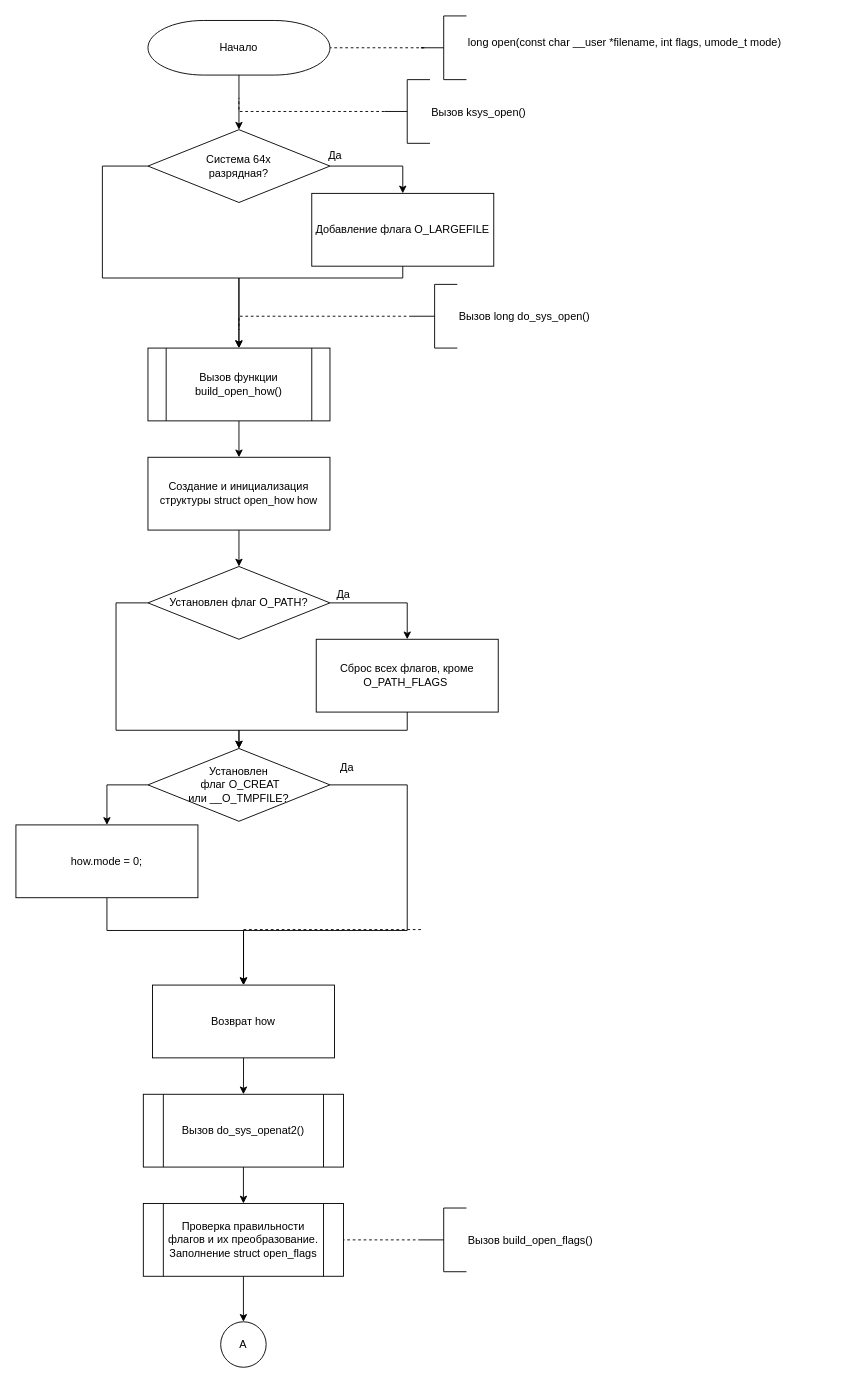
This is page "open1" (1 of 7) of lab_06/tex/img/clean.drawio from alena-zayts/BMSTU_6sem_operating_systems, a draw.io file, before an edit. Source tidied: cells renumbered, new cells numbered last; positions are measured from the earlier drawing's top-left corner, leaving out a move shared by most shapes. Both pictures are drawn from the tidied source at 91%, with x=0, y=0 at pixel (15, 15).
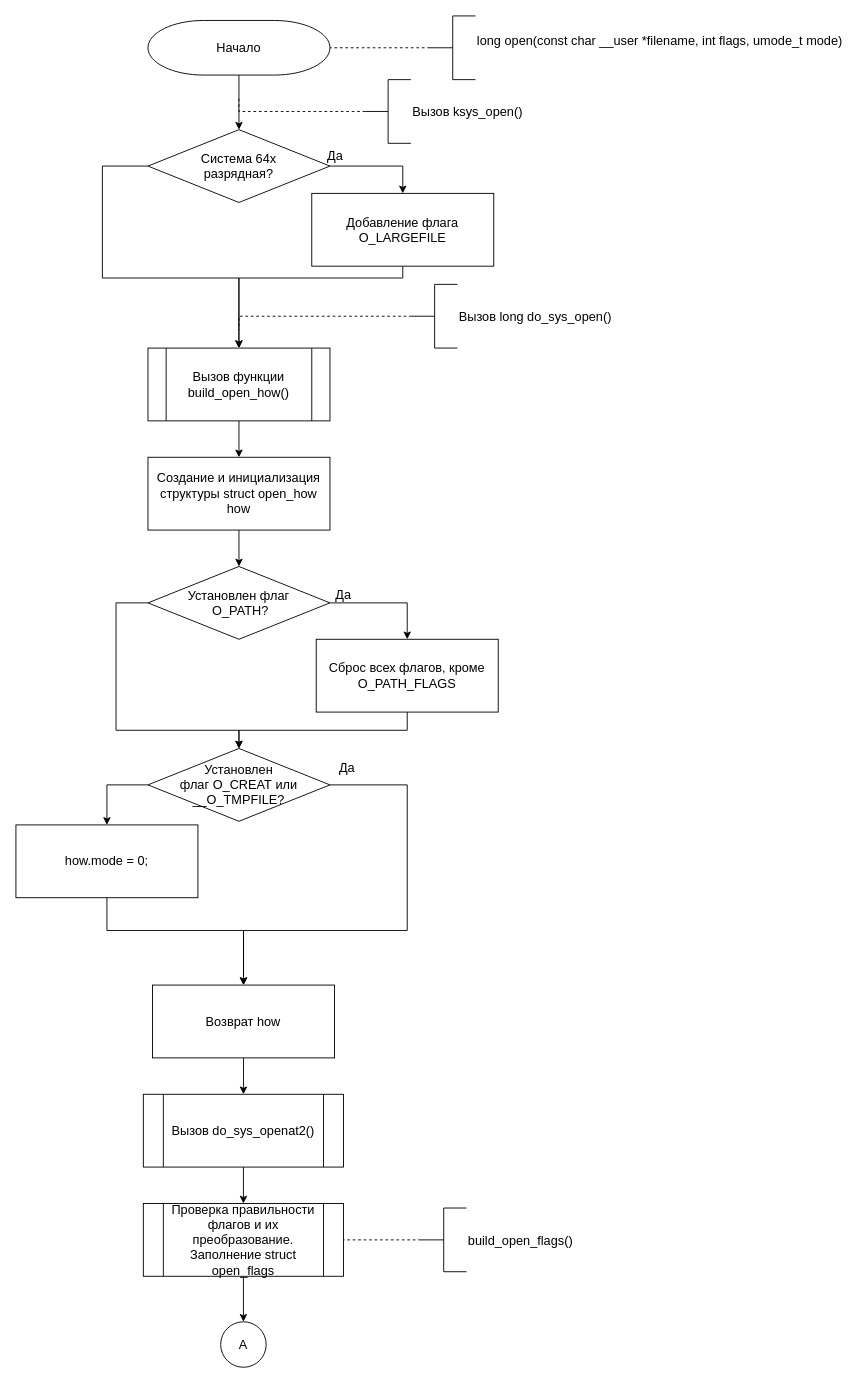
Above is the later version.

The edit, as a diff of the source:
```diff
@@
-    <mxCell id="2" style="edgeStyle=orthogonalEdgeStyle;rounded=0;jettySize=auto;fontFamily=Helvetica;fontSize=12;fontStyle=0;" parent="1" edge="1" source="3" target="6">
+    <mxCell id="2" style="edgeStyle=orthogonalEdgeStyle;rounded=0;jettySize=auto;fontFamily=Helvetica;fontSize=14;fontStyle=0;" parent="1" edge="1" source="3" target="6">
       <mxGeometry relative="1" as="geometry" />
     </mxCell>
-    <mxCell id="3" value="Начало" style="strokeWidth=1;shape=mxgraph.flowchart.terminator;whiteSpace=wrap;fontFamily=Helvetica;fontSize=12;fontStyle=0;" parent="1" vertex="1">
+    <mxCell id="3" value="Начало" style="strokeWidth=1;shape=mxgraph.flowchart.terminator;whiteSpace=wrap;fontFamily=Helvetica;fontSize=14;fontStyle=0;" parent="1" vertex="1">
       <mxGeometry x="145.1" y="5" width="200" height="60" as="geometry" />
     </mxCell>
-    <mxCell id="4" value="Да" style="edgeStyle=orthogonalEdgeStyle;rounded=0;jettySize=auto;exitX=1;exitY=0.5;exitDx=0;exitDy=0;entryX=0.5;entryY=0;entryDx=0;entryDy=0;fontFamily=Helvetica;fontSize=12;fontStyle=0;" parent="1" edge="1" source="6" target="8">
+    <mxCell id="4" value="Да" style="edgeStyle=orthogonalEdgeStyle;rounded=0;jettySize=auto;exitX=1;exitY=0.5;exitDx=0;exitDy=0;entryX=0.5;entryY=0;entryDx=0;entryDy=0;fontFamily=Helvetica;fontSize=14;fontStyle=0;" parent="1" edge="1" source="6" target="8">
       <mxGeometry x="-0.9" y="12" relative="1" as="geometry">
         <mxPoint x="1" as="offset" />
       </mxGeometry>
     </mxCell>
-    <mxCell id="5" style="edgeStyle=orthogonalEdgeStyle;rounded=0;jettySize=auto;exitX=0;exitY=0.5;exitDx=0;exitDy=0;fontFamily=Helvetica;fontSize=12;fontStyle=0;" parent="1" edge="1" source="6" target="12">
+    <mxCell id="5" style="edgeStyle=orthogonalEdgeStyle;rounded=0;jettySize=auto;exitX=0;exitY=0.5;exitDx=0;exitDy=0;fontFamily=Helvetica;fontSize=14;fontStyle=0;" parent="1" edge="1" source="6" target="12">
       <mxGeometry relative="1" as="geometry">
         <Array as="points">
           <mxPoint x="95" y="165" />
           <mxPoint x="95" y="288" />
           <mxPoint x="245" y="288" />
         </Array>
       </mxGeometry>
     </mxCell>
-    <mxCell id="6" value="Система 64x&#10;разрядная?" style="rhombus;whiteSpace=wrap;strokeWidth=1;fontFamily=Helvetica;fontSize=12;fontStyle=0;" parent="1" vertex="1">
+    <mxCell id="6" value="Система 64x&#10;разрядная?" style="rhombus;whiteSpace=wrap;strokeWidth=1;fontFamily=Helvetica;fontSize=14;fontStyle=0;" parent="1" vertex="1">
       <mxGeometry x="145.1" y="125" width="200" height="80" as="geometry" />
     </mxCell>
-    <mxCell id="7" style="edgeStyle=orthogonalEdgeStyle;rounded=0;jettySize=auto;exitX=0.5;exitY=1;exitDx=0;exitDy=0;entryX=0.5;entryY=0;entryDx=0;entryDy=0;fontFamily=Helvetica;fontSize=12;fontStyle=0;" parent="1" edge="1" source="8" target="12">
+    <mxCell id="7" style="edgeStyle=orthogonalEdgeStyle;rounded=0;jettySize=auto;exitX=0.5;exitY=1;exitDx=0;exitDy=0;entryX=0.5;entryY=0;entryDx=0;entryDy=0;fontFamily=Helvetica;fontSize=14;fontStyle=0;" parent="1" edge="1" source="8" target="12">
       <mxGeometry relative="1" as="geometry">
         <Array as="points">
           <mxPoint x="425.1" y="288" />
           <mxPoint x="245.1" y="288" />
         </Array>
       </mxGeometry>
     </mxCell>
-    <mxCell id="8" value="Добавление флага O_LARGEFILE" style="rounded=0;whiteSpace=wrap;strokeWidth=1;fontFamily=Helvetica;fontSize=12;fontStyle=0;" parent="1" vertex="1">
+    <mxCell id="8" value="Добавление флага O_LARGEFILE" style="rounded=0;whiteSpace=wrap;strokeWidth=1;fontFamily=Helvetica;fontSize=14;fontStyle=0;" parent="1" vertex="1">
       <mxGeometry x="325.1" y="195" width="200" height="80" as="geometry" />
     </mxCell>
-    <mxCell id="9" style="edgeStyle=orthogonalEdgeStyle;rounded=0;jettySize=auto;exitX=0;exitY=0.5;exitDx=0;exitDy=0;exitPerimeter=0;endArrow=none;endFill=0;dashed=1;fontFamily=Helvetica;fontSize=12;fontStyle=0;" parent="1" edge="1" source="10">
+    <mxCell id="9" style="edgeStyle=orthogonalEdgeStyle;rounded=0;jettySize=auto;exitX=0;exitY=0.5;exitDx=0;exitDy=0;exitPerimeter=0;endArrow=none;endFill=0;dashed=1;fontFamily=Helvetica;fontSize=14;fontStyle=0;" parent="1" edge="1" source="10">
       <mxGeometry relative="1" as="geometry">
         <mxPoint x="245.1" y="345" as="targetPoint" />
         <Array as="points">
           <mxPoint x="245.1" y="330" />
         </Array>
       </mxGeometry>
     </mxCell>
-    <mxCell id="10" value="Вызов long do_sys_open()" style="strokeWidth=1;shape=mxgraph.flowchart.annotation_2;align=left;labelPosition=right;fontFamily=Helvetica;fontSize=12;fontStyle=0;" parent="1" vertex="1">
+    <mxCell id="10" value="Вызов long do_sys_open()" style="strokeWidth=1;shape=mxgraph.flowchart.annotation_2;align=left;labelPosition=right;fontFamily=Helvetica;fontSize=14;fontStyle=0;" parent="1" vertex="1">
       <mxGeometry x="435.1" y="295" width="50" height="70" as="geometry" />
     </mxCell>
-    <mxCell id="11" style="edgeStyle=orthogonalEdgeStyle;rounded=0;jettySize=auto;exitX=0.5;exitY=1;exitDx=0;exitDy=0;fontFamily=Helvetica;fontSize=12;fontStyle=0;" parent="1" edge="1" source="12" target="14">
+    <mxCell id="11" style="edgeStyle=orthogonalEdgeStyle;rounded=0;jettySize=auto;exitX=0.5;exitY=1;exitDx=0;exitDy=0;fontFamily=Helvetica;fontSize=14;fontStyle=0;" parent="1" edge="1" source="12" target="14">
       <mxGeometry relative="1" as="geometry" />
     </mxCell>
-    <mxCell id="12" value="Вызов функции&#10;build_open_how()" style="shape=process;whiteSpace=wrap;backgroundOutline=1;fontFamily=Helvetica;fontSize=12;fontStyle=0;" parent="1" vertex="1">
+    <mxCell id="12" value="Вызов функции&#10;build_open_how()" style="shape=process;whiteSpace=wrap;backgroundOutline=1;fontFamily=Helvetica;fontSize=14;fontStyle=0;" parent="1" vertex="1">
       <mxGeometry x="145.1" y="365" width="200" height="80" as="geometry" />
     </mxCell>
-    <mxCell id="13" style="edgeStyle=orthogonalEdgeStyle;rounded=0;jettySize=auto;exitX=0.5;exitY=1;exitDx=0;exitDy=0;fontFamily=Helvetica;fontSize=12;fontStyle=0;" parent="1" edge="1" source="14" target="15">
+    <mxCell id="13" style="edgeStyle=orthogonalEdgeStyle;rounded=0;jettySize=auto;exitX=0.5;exitY=1;exitDx=0;exitDy=0;fontFamily=Helvetica;fontSize=14;fontStyle=0;" parent="1" edge="1" source="14" target="15">
       <mxGeometry relative="1" as="geometry" />
     </mxCell>
-    <mxCell id="14" value="Создание и инициализация структуры struct open_how how" style="rounded=0;whiteSpace=wrap;strokeWidth=1;fontFamily=Helvetica;fontSize=12;fontStyle=0;" parent="1" vertex="1">
+    <mxCell id="14" value="Создание и инициализация структуры struct open_how how" style="rounded=0;whiteSpace=wrap;strokeWidth=1;fontFamily=Helvetica;fontSize=14;fontStyle=0;" parent="1" vertex="1">
       <mxGeometry x="145.1" y="485" width="200" height="80" as="geometry" />
     </mxCell>
-    <mxCell id="15" value="Установлен флаг O_PATH?" style="rhombus;whiteSpace=wrap;strokeWidth=1;fontFamily=Helvetica;fontSize=12;fontStyle=0;" parent="1" vertex="1">
+    <mxCell id="15" value="Установлен флаг&#10; O_PATH?" style="rhombus;whiteSpace=wrap;strokeWidth=1;fontFamily=Helvetica;fontSize=14;fontStyle=0;" parent="1" vertex="1">
       <mxGeometry x="145.1" y="605" width="200" height="80" as="geometry" />
     </mxCell>
-    <mxCell id="16" value="Сброс всех флагов, кроме O_PATH_FLAGS " style="rounded=0;whiteSpace=wrap;strokeWidth=1;fontFamily=Helvetica;fontSize=12;fontStyle=0;" parent="1" vertex="1">
+    <mxCell id="16" value="Сброс всех флагов, кроме O_PATH_FLAGS" style="rounded=0;whiteSpace=wrap;strokeWidth=1;fontFamily=Helvetica;fontSize=14;fontStyle=0;" parent="1" vertex="1">
       <mxGeometry x="330" y="685" width="200" height="80" as="geometry" />
     </mxCell>
-    <mxCell id="17" style="edgeStyle=orthogonalEdgeStyle;rounded=0;jettySize=auto;exitX=1;exitY=0.5;exitDx=0;exitDy=0;entryX=0.5;entryY=0;entryDx=0;entryDy=0;fontFamily=Helvetica;fontSize=12;fontStyle=0;" parent="1" edge="1" source="15" target="16">
+    <mxCell id="17" style="edgeStyle=orthogonalEdgeStyle;rounded=0;jettySize=auto;exitX=1;exitY=0.5;exitDx=0;exitDy=0;entryX=0.5;entryY=0;entryDx=0;entryDy=0;fontFamily=Helvetica;fontSize=14;fontStyle=0;" parent="1" edge="1" source="15" target="16">
       <mxGeometry relative="1" as="geometry" />
     </mxCell>
-    <mxCell id="18" style="edgeStyle=orthogonalEdgeStyle;rounded=0;jettySize=auto;exitX=0.5;exitY=1;exitDx=0;exitDy=0;entryX=0.5;entryY=0;entryDx=0;entryDy=0;fontFamily=Helvetica;fontSize=12;fontStyle=0;" parent="1" edge="1" source="16" target="21">
+    <mxCell id="18" style="edgeStyle=orthogonalEdgeStyle;rounded=0;jettySize=auto;exitX=0.5;exitY=1;exitDx=0;exitDy=0;entryX=0.5;entryY=0;entryDx=0;entryDy=0;fontFamily=Helvetica;fontSize=14;fontStyle=0;" parent="1" edge="1" source="16" target="21">
       <mxGeometry relative="1" as="geometry">
         <Array as="points">
           <mxPoint x="430.1" y="785" />
           <mxPoint x="245.1" y="785" />
         </Array>
       </mxGeometry>
     </mxCell>
-    <mxCell id="19" style="edgeStyle=orthogonalEdgeStyle;rounded=0;jettySize=auto;exitX=0;exitY=0.5;exitDx=0;exitDy=0;entryX=0.5;entryY=0;entryDx=0;entryDy=0;fontFamily=Helvetica;fontSize=12;fontStyle=0;" parent="1" edge="1" source="15" target="21">
+    <mxCell id="19" style="edgeStyle=orthogonalEdgeStyle;rounded=0;jettySize=auto;exitX=0;exitY=0.5;exitDx=0;exitDy=0;entryX=0.5;entryY=0;entryDx=0;entryDy=0;fontFamily=Helvetica;fontSize=14;fontStyle=0;" parent="1" edge="1" source="15" target="21">
       <mxGeometry relative="1" as="geometry">
         <Array as="points">
           <mxPoint x="110" y="645" />
           <mxPoint x="110" y="785" />
           <mxPoint x="245" y="785" />
         </Array>
       </mxGeometry>
     </mxCell>
-    <mxCell id="20" value="Да" style="text;align=center;verticalAlign=middle;strokeColor=none;fontFamily=Helvetica;fontSize=12;fontStyle=0;" parent="1" vertex="1">
+    <mxCell id="20" value="Да" style="text;align=center;verticalAlign=middle;strokeColor=none;fontFamily=Helvetica;fontSize=14;fontStyle=0;" parent="1" vertex="1">
       <mxGeometry x="345.1" y="625" width="30" height="20" as="geometry" />
     </mxCell>
-    <mxCell id="21" value="Установлен&#10; флаг O_CREAT &#10;или __O_TMPFILE?" style="rhombus;whiteSpace=wrap;strokeWidth=1;fontFamily=Helvetica;fontSize=12;fontStyle=0;" parent="1" vertex="1">
+    <mxCell id="21" value="Установлен&#10;флаг O_CREAT или __O_TMPFILE?" style="rhombus;whiteSpace=wrap;strokeWidth=1;fontFamily=Helvetica;fontSize=14;fontStyle=0;" parent="1" vertex="1">
       <mxGeometry x="145.1" y="805" width="200" height="80" as="geometry" />
     </mxCell>
-    <mxCell id="22" style="edgeStyle=orthogonalEdgeStyle;rounded=0;jettySize=auto;exitX=1;exitY=0.5;exitDx=0;exitDy=0;entryX=0.5;entryY=0;entryDx=0;entryDy=0;fontFamily=Helvetica;fontSize=12;fontStyle=0;" parent="1" edge="1" source="21" target="38">
+    <mxCell id="22" style="edgeStyle=orthogonalEdgeStyle;rounded=0;jettySize=auto;exitX=1;exitY=0.5;exitDx=0;exitDy=0;entryX=0.5;entryY=0;entryDx=0;entryDy=0;fontFamily=Helvetica;fontSize=14;fontStyle=0;" parent="1" edge="1" source="21" target="38">
       <mxGeometry relative="1" as="geometry">
         <Array as="points">
           <mxPoint x="430" y="845" />
           <mxPoint x="430" y="1005" />
           <mxPoint x="250" y="1005" />
         </Array>
       </mxGeometry>
     </mxCell>
-    <mxCell id="23" style="edgeStyle=orthogonalEdgeStyle;rounded=0;jettySize=auto;exitX=0;exitY=0.5;exitDx=0;exitDy=0;fontFamily=Helvetica;fontSize=12;entryX=0.5;entryY=0;entryDx=0;entryDy=0;fontStyle=0;" parent="1" edge="1" source="21" target="36">
+    <mxCell id="23" style="edgeStyle=orthogonalEdgeStyle;rounded=0;jettySize=auto;exitX=0;exitY=0.5;exitDx=0;exitDy=0;fontFamily=Helvetica;fontSize=14;entryX=0.5;entryY=0;entryDx=0;entryDy=0;fontStyle=0;" parent="1" edge="1" source="21" target="36">
       <mxGeometry relative="1" as="geometry">
         <Array as="points">
           <mxPoint x="100" y="845" />
         </Array>
       </mxGeometry>
     </mxCell>
-    <mxCell id="24" value="Да" style="text;align=center;verticalAlign=middle;strokeColor=none;fontFamily=Helvetica;fontSize=12;fontStyle=0;" parent="1" vertex="1">
+    <mxCell id="24" value="Да" style="text;align=center;verticalAlign=middle;strokeColor=none;fontFamily=Helvetica;fontSize=14;fontStyle=0;" parent="1" vertex="1">
       <mxGeometry x="349.1" y="815" width="30" height="20" as="geometry" />
     </mxCell>
-    <mxCell id="25" style="edgeStyle=orthogonalEdgeStyle;rounded=0;jettySize=auto;exitX=0.5;exitY=1;exitDx=0;exitDy=0;fontFamily=Helvetica;fontSize=12;fontStyle=0;" parent="1" edge="1" source="26" target="32">
+    <mxCell id="25" style="edgeStyle=orthogonalEdgeStyle;rounded=0;jettySize=auto;exitX=0.5;exitY=1;exitDx=0;exitDy=0;fontFamily=Helvetica;fontSize=14;fontStyle=0;" parent="1" edge="1" source="26" target="32">
       <mxGeometry relative="1" as="geometry" />
     </mxCell>
-    <mxCell id="26" value="Проверка правильности флагов и их преобразование. Заполнение struct open_flags" style="shape=process;whiteSpace=wrap;backgroundOutline=1;fontFamily=Helvetica;fontSize=12;fontStyle=0;" parent="1" vertex="1">
+    <mxCell id="26" value="Проверка правильности флагов и их преобразование. Заполнение struct open_flags" style="shape=process;whiteSpace=wrap;backgroundOutline=1;fontFamily=Helvetica;fontSize=14;fontStyle=0;" parent="1" vertex="1">
       <mxGeometry x="140" y="1305" width="220" height="80" as="geometry" />
     </mxCell>
-    <mxCell id="27" style="edgeStyle=orthogonalEdgeStyle;rounded=0;jettySize=auto;exitX=0;exitY=0.5;exitDx=0;exitDy=0;exitPerimeter=0;endArrow=none;endFill=0;dashed=1;entryX=1;entryY=0.5;entryDx=0;entryDy=0;fontFamily=Helvetica;fontSize=12;fontStyle=0;" parent="1" edge="1" source="28" target="26">
+    <mxCell id="27" style="edgeStyle=orthogonalEdgeStyle;rounded=0;jettySize=auto;exitX=0;exitY=0.5;exitDx=0;exitDy=0;exitPerimeter=0;endArrow=none;endFill=0;dashed=1;entryX=1;entryY=0.5;entryDx=0;entryDy=0;fontFamily=Helvetica;fontSize=14;fontStyle=0;" parent="1" edge="1" source="28" target="26">
       <mxGeometry relative="1" as="geometry" />
     </mxCell>
-    <mxCell id="28" value="Вызов build_open_flags()" style="strokeWidth=1;shape=mxgraph.flowchart.annotation_2;align=left;labelPosition=right;fontFamily=Helvetica;fontSize=12;fontStyle=0;" parent="1" vertex="1">
+    <mxCell id="28" value="build_open_flags()" style="strokeWidth=1;shape=mxgraph.flowchart.annotation_2;align=left;labelPosition=right;fontFamily=Helvetica;fontSize=14;fontStyle=0;" parent="1" vertex="1">
       <mxGeometry x="445.1" y="1310" width="50" height="70" as="geometry" />
     </mxCell>
-    <mxCell id="29" style="edgeStyle=orthogonalEdgeStyle;rounded=0;jettySize=auto;exitX=0;exitY=0.5;exitDx=0;exitDy=0;exitPerimeter=0;endArrow=none;endFill=0;dashed=1;fontFamily=Helvetica;fontSize=12;fontStyle=0;" parent="1" edge="1" source="30">
+    <mxCell id="29" style="edgeStyle=orthogonalEdgeStyle;rounded=0;jettySize=auto;exitX=0;exitY=0.5;exitDx=0;exitDy=0;exitPerimeter=0;endArrow=none;endFill=0;dashed=1;fontFamily=Helvetica;fontSize=14;fontStyle=0;" parent="1" edge="1" source="30">
       <mxGeometry relative="1" as="geometry">
         <mxPoint x="245" y="90" as="targetPoint" />
         <Array as="points">
           <mxPoint x="245" y="105" />
         </Array>
       </mxGeometry>
     </mxCell>
-    <mxCell id="30" value="Вызов ksys_open()" style="strokeWidth=1;shape=mxgraph.flowchart.annotation_2;align=left;labelPosition=right;fontFamily=Helvetica;fontSize=12;fontStyle=0;" parent="1" vertex="1">
-      <mxGeometry x="405" y="70" width="50" height="70" as="geometry" />
+    <mxCell id="30" value="Вызов ksys_open()" style="strokeWidth=1;shape=mxgraph.flowchart.annotation_2;align=left;labelPosition=right;fontFamily=Helvetica;fontSize=14;fontStyle=0;" parent="1" vertex="1">
+      <mxGeometry x="384" y="70" width="50" height="70" as="geometry" />
     </mxCell>
-    <mxCell id="31" style="edgeStyle=orthogonalEdgeStyle;rounded=0;orthogonalLoop=1;jettySize=auto;exitX=0;exitY=0.5;exitDx=0;exitDy=0;exitPerimeter=0;endArrow=none;endFill=0;dashed=1;fontFamily=Helvetica;fontSize=12;fontStyle=0;" parent="1" edge="1">
-      <mxGeometry relative="1" as="geometry">
-        <mxPoint x="445.1" y="1004" as="sourcePoint" />
-        <mxPoint x="250" y="1004" as="targetPoint" />
-        <Array as="points">
-          <mxPoint x="255.1" y="1004" />
-        </Array>
-      </mxGeometry>
-    </mxCell>
-    <mxCell id="32" value="A" style="strokeWidth=1;shape=mxgraph.flowchart.start_2;whiteSpace=wrap;fontFamily=Helvetica;fontSize=12;fontStyle=0;" parent="1" vertex="1">
+    <mxCell id="32" value="A" style="strokeWidth=1;shape=mxgraph.flowchart.start_2;whiteSpace=wrap;fontFamily=Helvetica;fontSize=14;fontStyle=0;" parent="1" vertex="1">
       <mxGeometry x="225" y="1435" width="50" height="50" as="geometry" />
     </mxCell>
-    <mxCell id="33" style="edgeStyle=orthogonalEdgeStyle;rounded=0;jettySize=auto;exitX=0;exitY=0.5;exitDx=0;exitDy=0;exitPerimeter=0;endArrow=none;endFill=0;dashed=1;fontFamily=Helvetica;fontSize=12;fontStyle=0;" parent="1" edge="1" source="34" target="3">
+    <mxCell id="33" style="edgeStyle=orthogonalEdgeStyle;rounded=0;jettySize=auto;exitX=0;exitY=0.5;exitDx=0;exitDy=0;exitPerimeter=0;endArrow=none;endFill=0;dashed=1;fontFamily=Helvetica;fontSize=14;fontStyle=0;" parent="1" edge="1" source="34" target="3">
       <mxGeometry relative="1" as="geometry">
         <Array as="points">
           <mxPoint x="450" y="35" />
           <mxPoint x="450" y="35" />
         </Array>
       </mxGeometry>
     </mxCell>
-    <mxCell id="34" value="long open(const char __user *filename, int flags, umode_t mode)&#10;" style="strokeWidth=1;shape=mxgraph.flowchart.annotation_2;align=left;labelPosition=right;fontFamily=Helvetica;fontSize=12;fontStyle=0;" parent="1" vertex="1">
-      <mxGeometry x="445.1" width="50" height="70" as="geometry" />
+    <mxCell id="34" value="long open(const char __user *filename, int flags, umode_t mode)&#10;" style="strokeWidth=1;shape=mxgraph.flowchart.annotation_2;align=left;labelPosition=right;fontFamily=Helvetica;fontSize=14;fontStyle=0;" parent="1" vertex="1">
+      <mxGeometry x="455" width="50" height="70" as="geometry" />
     </mxCell>
-    <mxCell id="35" style="edgeStyle=orthogonalEdgeStyle;rounded=0;jettySize=auto;entryX=0.5;entryY=0;entryDx=0;entryDy=0;fontFamily=Helvetica;fontSize=12;fontColor=#000000;fontStyle=0;" parent="1" edge="1" source="36" target="38">
+    <mxCell id="35" style="edgeStyle=orthogonalEdgeStyle;rounded=0;jettySize=auto;entryX=0.5;entryY=0;entryDx=0;entryDy=0;fontFamily=Helvetica;fontSize=14;fontColor=#000000;fontStyle=0;" parent="1" edge="1" source="36" target="38">
       <mxGeometry relative="1" as="geometry">
         <Array as="points">
           <mxPoint x="100" y="1005" />
           <mxPoint x="250" y="1005" />
         </Array>
       </mxGeometry>
     </mxCell>
-    <mxCell id="36" value="how.mode = 0;" style="rounded=0;whiteSpace=wrap;strokeWidth=1;fontFamily=Helvetica;fontSize=12;fontStyle=0;" parent="1" vertex="1">
+    <mxCell id="36" value="how.mode = 0;" style="rounded=0;whiteSpace=wrap;strokeWidth=1;fontFamily=Helvetica;fontSize=14;fontStyle=0;" parent="1" vertex="1">
       <mxGeometry y="889" width="200" height="80" as="geometry" />
     </mxCell>
-    <mxCell id="37" style="edgeStyle=orthogonalEdgeStyle;rounded=0;jettySize=auto;entryX=0.5;entryY=0;entryDx=0;entryDy=0;fontFamily=Helvetica;fontSize=12;fontColor=#000000;fontStyle=0;" parent="1" edge="1" source="38" target="40">
+    <mxCell id="37" style="edgeStyle=orthogonalEdgeStyle;rounded=0;jettySize=auto;entryX=0.5;entryY=0;entryDx=0;entryDy=0;fontFamily=Helvetica;fontSize=14;fontColor=#000000;fontStyle=0;" parent="1" edge="1" source="38" target="40">
       <mxGeometry relative="1" as="geometry" />
     </mxCell>
-    <mxCell id="38" value="Возврат how" style="rounded=0;whiteSpace=wrap;strokeWidth=1;fontFamily=Helvetica;fontSize=12;fontStyle=0;" parent="1" vertex="1">
+    <mxCell id="38" value="Возврат how" style="rounded=0;whiteSpace=wrap;strokeWidth=1;fontFamily=Helvetica;fontSize=14;fontStyle=0;" parent="1" vertex="1">
       <mxGeometry x="150.1" y="1065" width="200" height="80" as="geometry" />
     </mxCell>
-    <mxCell id="39" style="edgeStyle=orthogonalEdgeStyle;rounded=0;jettySize=auto;fontFamily=Helvetica;fontSize=12;fontColor=#000000;fontStyle=0;" parent="1" edge="1" source="40" target="26">
+    <mxCell id="39" style="edgeStyle=orthogonalEdgeStyle;rounded=0;jettySize=auto;fontFamily=Helvetica;fontSize=14;fontColor=#000000;fontStyle=0;" parent="1" edge="1" source="40" target="26">
       <mxGeometry relative="1" as="geometry" />
     </mxCell>
-    <mxCell id="40" value="Вызов do_sys_openat2()" style="shape=process;whiteSpace=wrap;backgroundOutline=1;fontFamily=Helvetica;fontSize=12;fontStyle=0;" parent="1" vertex="1">
+    <mxCell id="40" value="Вызов do_sys_openat2()" style="shape=process;whiteSpace=wrap;backgroundOutline=1;fontFamily=Helvetica;fontSize=14;fontStyle=0;" parent="1" vertex="1">
       <mxGeometry x="140" y="1185" width="220" height="80" as="geometry" />
     </mxCell>
```
